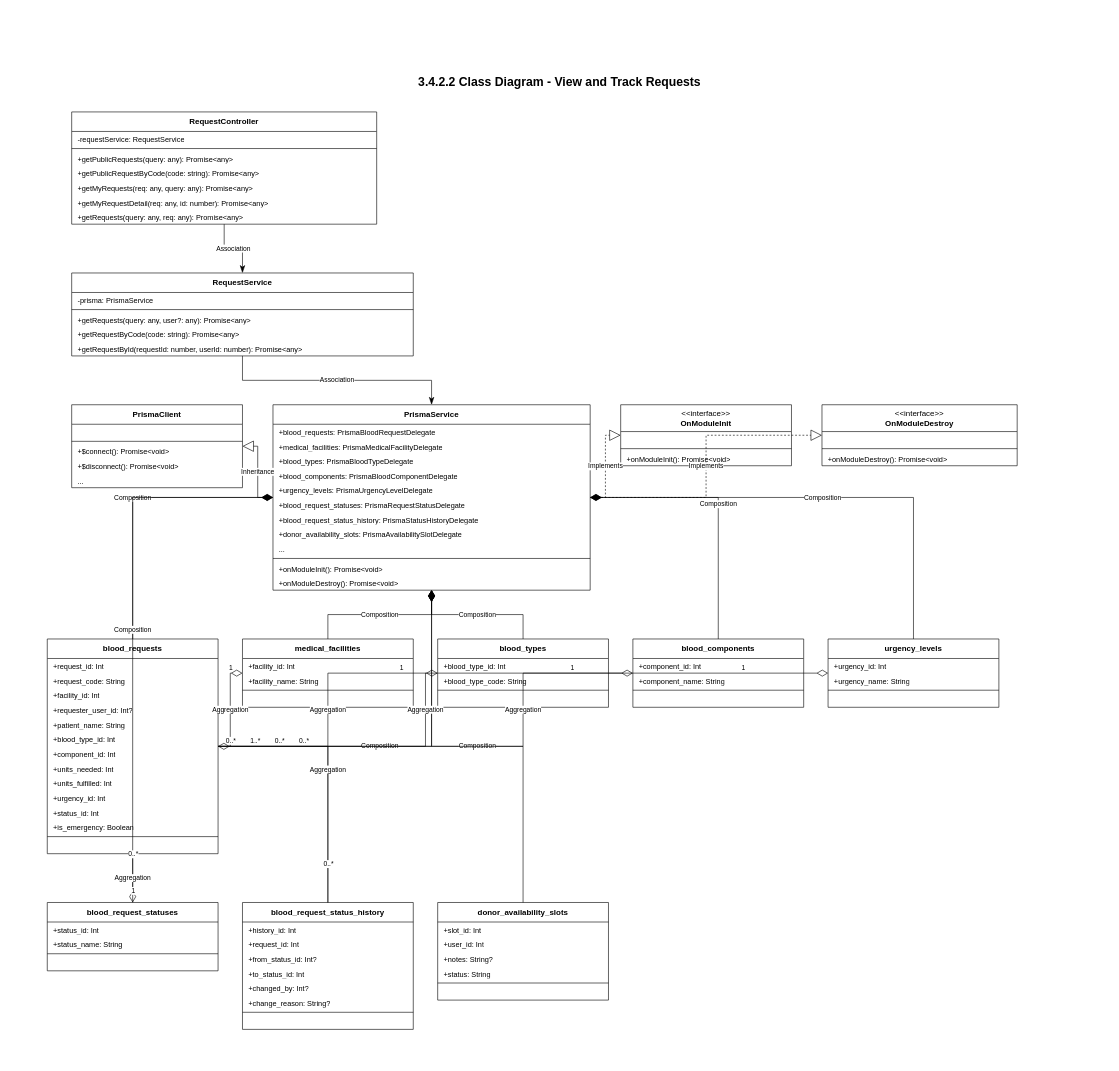
The draw.io diagram page "View & Track Requests" (3 of 8) of request_all_class_diagrams.drawio in CuongBC195/class-diagram-donation-blood, before the edit. Source tidied: cells renumbered, new cells numbered last; positions are measured from the earlier drawing's top-left corner, leaving out a move shared by most shapes. Both pictures are drawn from the tidied source at 61%, with x=0, y=0 at pixel (10, 69).
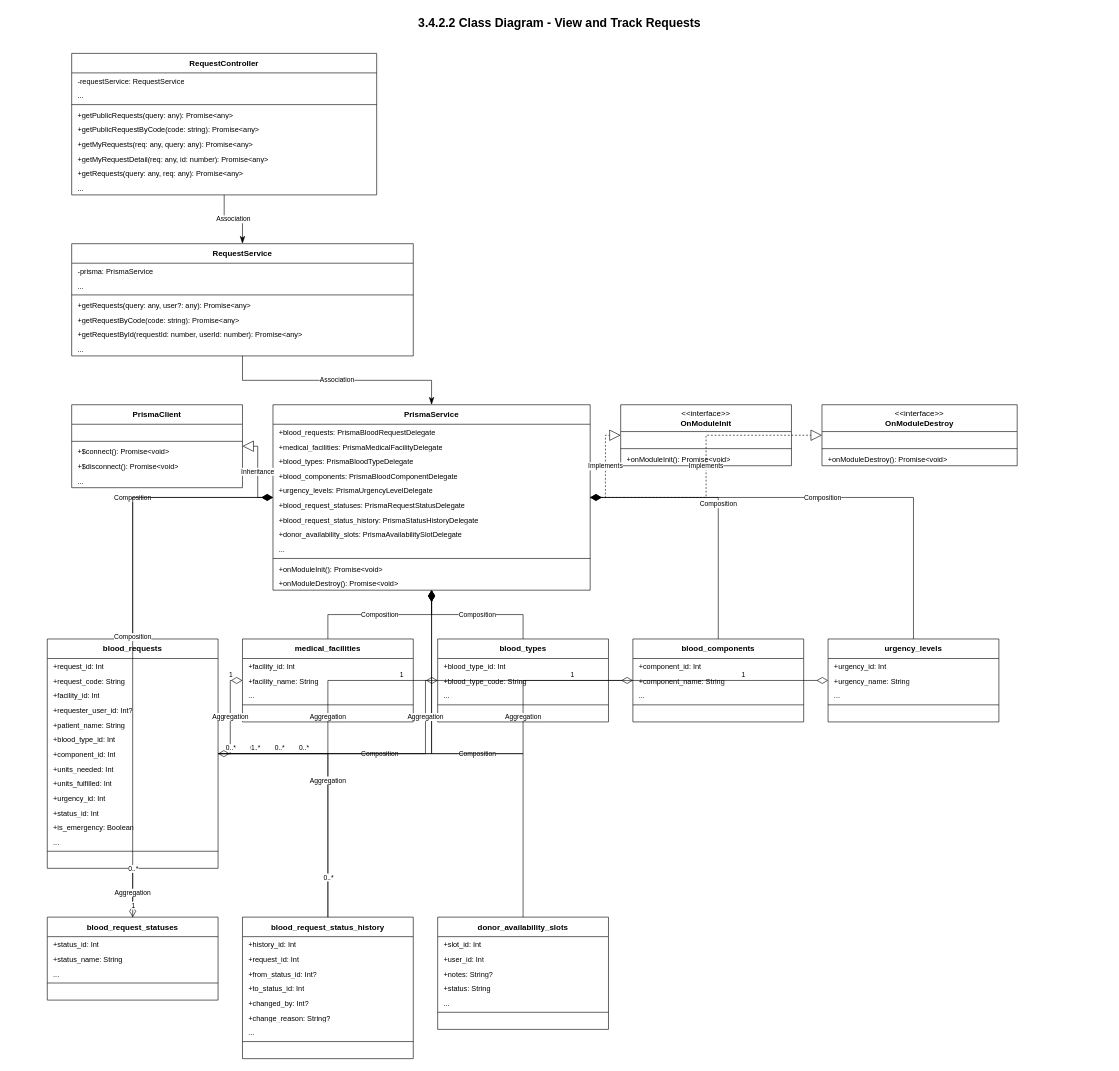
The same diagram, later.

Diff of the diagram source:
```diff
@@
     <mxCell id="2" value="3.4.2.2 Class Diagram - View and Track Requests" style="text;html=1;strokeColor=none;fillColor=none;align=center;verticalAlign=middle;whiteSpace=wrap;rounded=0;fontFamily=Arial;fontSize=20;fontStyle=1;fontColor=#000000;" parent="1" vertex="1">
-      <mxGeometry width="1800" height="40" as="geometry" />
+      <mxGeometry y="-96" width="1800" height="40" as="geometry" />
     </mxCell>
     <mxCell id="3" value="&lt;b&gt;RequestController&lt;/b&gt;" style="swimlane;fontStyle=0;horizontal=1;startSize=32;whiteSpace=wrap;html=1;fillColor=#ffffff;strokeColor=#000000;swimlaneFillColor=#ffffff;fontColor=#000000;fontFamily=Arial;fontSize=13;" parent="1" vertex="1">
-      <mxGeometry x="100" y="70" width="500" height="184" as="geometry" />
+      <mxGeometry x="100" y="-26" width="500" height="232" as="geometry" />
     </mxCell>
@@
+    <mxCell id="131" value="..." style="text;strokeColor=none;fillColor=none;align=left;verticalAlign=top;spacingLeft=8;spacingRight=8;overflow=hidden;whiteSpace=wrap;html=1;fontFamily=Arial;fontSize=12;fontColor=#000000;" parent="3" vertex="1">
+      <mxGeometry y="56" width="500" height="24" as="geometry" />
+    </mxCell>
     <mxCell id="5" style="line;strokeWidth=1;fillColor=none;strokeColor=#000000;align=left;verticalAlign=middle;" parent="3" vertex="1">
-      <mxGeometry y="56" width="500" height="8" as="geometry" />
+      <mxGeometry y="80" width="500" height="8" as="geometry" />
     </mxCell>
     <mxCell id="6" value="+getPublicRequests(query: any): Promise&amp;lt;any&amp;gt;" style="text;strokeColor=none;fillColor=none;align=left;verticalAlign=top;spacingLeft=8;spacingRight=8;overflow=hidden;whiteSpace=wrap;html=1;fontFamily=Arial;fontSize=12;fontColor=#000000;" parent="3" vertex="1">
-      <mxGeometry y="64" width="500" height="24" as="geometry" />
+      <mxGeometry y="88" width="500" height="24" as="geometry" />
     </mxCell>
     <mxCell id="7" value="+getPublicRequestByCode(code: string): Promise&amp;lt;any&amp;gt;" style="text;strokeColor=none;fillColor=none;align=left;verticalAlign=top;spacingLeft=8;spacingRight=8;overflow=hidden;whiteSpace=wrap;html=1;fontFamily=Arial;fontSize=12;fontColor=#000000;" parent="3" vertex="1">
-      <mxGeometry y="88" width="500" height="24" as="geometry" />
+      <mxGeometry y="112" width="500" height="24" as="geometry" />
     </mxCell>
     <mxCell id="8" value="+getMyRequests(req: any, query: any): Promise&amp;lt;any&amp;gt;" style="text;strokeColor=none;fillColor=none;align=left;verticalAlign=top;spacingLeft=8;spacingRight=8;overflow=hidden;whiteSpace=wrap;html=1;fontFamily=Arial;fontSize=12;fontColor=#000000;" parent="3" vertex="1">
-      <mxGeometry y="112" width="500" height="24" as="geometry" />
+      <mxGeometry y="136" width="500" height="24" as="geometry" />
     </mxCell>
     <mxCell id="9" value="+getMyRequestDetail(req: any, id: number): Promise&amp;lt;any&amp;gt;" style="text;strokeColor=none;fillColor=none;align=left;verticalAlign=top;spacingLeft=8;spacingRight=8;overflow=hidden;whiteSpace=wrap;html=1;fontFamily=Arial;fontSize=12;fontColor=#000000;" parent="3" vertex="1">
-      <mxGeometry y="136" width="500" height="24" as="geometry" />
+      <mxGeometry y="160" width="500" height="24" as="geometry" />
     </mxCell>
     <mxCell id="10" value="+getRequests(query: any, req: any): Promise&amp;lt;any&amp;gt;" style="text;strokeColor=none;fillColor=none;align=left;verticalAlign=top;spacingLeft=8;spacingRight=8;overflow=hidden;whiteSpace=wrap;html=1;fontFamily=Arial;fontSize=12;fontColor=#000000;" parent="3" vertex="1">
-      <mxGeometry y="160" width="500" height="24" as="geometry" />
+      <mxGeometry y="184" width="500" height="24" as="geometry" />
     </mxCell>
+    <mxCell id="132" value="..." style="text;strokeColor=none;fillColor=none;align=left;verticalAlign=top;spacingLeft=8;spacingRight=8;overflow=hidden;whiteSpace=wrap;html=1;fontFamily=Arial;fontSize=12;fontColor=#000000;" parent="3" vertex="1">
+      <mxGeometry y="208" width="500" height="24" as="geometry" />
+    </mxCell>
     <mxCell id="11" value="&lt;b&gt;RequestService&lt;/b&gt;" style="swimlane;fontStyle=0;horizontal=1;startSize=32;whiteSpace=wrap;html=1;fillColor=#ffffff;strokeColor=#000000;swimlaneFillColor=#ffffff;fontColor=#000000;fontFamily=Arial;fontSize=13;" parent="1" vertex="1">
-      <mxGeometry x="100" y="334" width="560" height="136" as="geometry" />
+      <mxGeometry x="100" y="286" width="560" height="184" as="geometry" />
     </mxCell>
@@
+    <mxCell id="133" value="..." style="text;strokeColor=none;fillColor=none;align=left;verticalAlign=top;spacingLeft=8;spacingRight=8;overflow=hidden;whiteSpace=wrap;html=1;fontFamily=Arial;fontSize=12;fontColor=#000000;" parent="11" vertex="1">
+      <mxGeometry y="56" width="560" height="24" as="geometry" />
+    </mxCell>
     <mxCell id="13" style="line;strokeWidth=1;fillColor=none;strokeColor=#000000;align=left;verticalAlign=middle;" parent="11" vertex="1">
-      <mxGeometry y="56" width="560" height="8" as="geometry" />
+      <mxGeometry y="80" width="560" height="8" as="geometry" />
     </mxCell>
     <mxCell id="14" value="+getRequests(query: any, user?: any): Promise&amp;lt;any&amp;gt;" style="text;strokeColor=none;fillColor=none;align=left;verticalAlign=top;spacingLeft=8;spacingRight=8;overflow=hidden;whiteSpace=wrap;html=1;fontFamily=Arial;fontSize=12;fontColor=#000000;" parent="11" vertex="1">
-      <mxGeometry y="64" width="560" height="24" as="geometry" />
+      <mxGeometry y="88" width="560" height="24" as="geometry" />
     </mxCell>
     <mxCell id="15" value="+getRequestByCode(code: string): Promise&amp;lt;any&amp;gt;" style="text;strokeColor=none;fillColor=none;align=left;verticalAlign=top;spacingLeft=8;spacingRight=8;overflow=hidden;whiteSpace=wrap;html=1;fontFamily=Arial;fontSize=12;fontColor=#000000;" parent="11" vertex="1">
-      <mxGeometry y="88" width="560" height="24" as="geometry" />
+      <mxGeometry y="112" width="560" height="24" as="geometry" />
     </mxCell>
     <mxCell id="16" value="+getRequestById(requestId: number, userId: number): Promise&amp;lt;any&amp;gt;" style="text;strokeColor=none;fillColor=none;align=left;verticalAlign=top;spacingLeft=8;spacingRight=8;overflow=hidden;whiteSpace=wrap;html=1;fontFamily=Arial;fontSize=12;fontColor=#000000;" parent="11" vertex="1">
-      <mxGeometry y="112" width="560" height="24" as="geometry" />
+      <mxGeometry y="136" width="560" height="24" as="geometry" />
     </mxCell>
+    <mxCell id="134" value="..." style="text;strokeColor=none;fillColor=none;align=left;verticalAlign=top;spacingLeft=8;spacingRight=8;overflow=hidden;whiteSpace=wrap;html=1;fontFamily=Arial;fontSize=12;fontColor=#000000;" parent="11" vertex="1">
+      <mxGeometry y="160" width="560" height="24" as="geometry" />
+    </mxCell>
@@
     <mxCell id="44" value="&lt;b&gt;blood_requests&lt;/b&gt;" style="swimlane;fontStyle=0;horizontal=1;startSize=32;whiteSpace=wrap;html=1;fillColor=#ffffff;strokeColor=#000000;swimlaneFillColor=#ffffff;fontColor=#000000;fontFamily=Arial;fontSize=13;" parent="1" vertex="1">
-      <mxGeometry x="60" y="934" width="280" height="352" as="geometry" />
+      <mxGeometry x="60" y="934" width="280" height="376" as="geometry" />
     </mxCell>
@@
+    <mxCell id="135" value="..." style="text;strokeColor=none;fillColor=none;align=left;verticalAlign=top;spacingLeft=8;spacingRight=8;overflow=hidden;whiteSpace=wrap;html=1;fontFamily=Arial;fontSize=12;fontColor=#000000;" parent="44" vertex="1">
+      <mxGeometry y="320" width="280" height="24" as="geometry" />
+    </mxCell>
     <mxCell id="57" style="line;strokeWidth=1;fillColor=none;strokeColor=#000000;align=left;verticalAlign=middle;" parent="44" vertex="1">
-      <mxGeometry y="320" width="280" height="8" as="geometry" />
+      <mxGeometry y="344" width="280" height="8" as="geometry" />
     </mxCell>
     <mxCell id="58" value=" " style="text;strokeColor=none;fillColor=none;align=left;verticalAlign=top;spacingLeft=8;spacingRight=8;overflow=hidden;whiteSpace=wrap;html=1;fontFamily=Arial;fontSize=12;fontColor=#000000;" parent="44" vertex="1">
-      <mxGeometry y="328" width="280" height="24" as="geometry" />
+      <mxGeometry y="352" width="280" height="24" as="geometry" />
     </mxCell>
     <mxCell id="59" value="&lt;b&gt;medical_facilities&lt;/b&gt;" style="swimlane;fontStyle=0;horizontal=1;startSize=32;whiteSpace=wrap;html=1;fillColor=#ffffff;strokeColor=#000000;swimlaneFillColor=#ffffff;fontColor=#000000;fontFamily=Arial;fontSize=13;" parent="1" vertex="1">
-      <mxGeometry x="380" y="934" width="280" height="112" as="geometry" />
+      <mxGeometry x="380" y="934" width="280" height="136" as="geometry" />
     </mxCell>
@@
+    <mxCell id="136" value="..." style="text;strokeColor=none;fillColor=none;align=left;verticalAlign=top;spacingLeft=8;spacingRight=8;overflow=hidden;whiteSpace=wrap;html=1;fontFamily=Arial;fontSize=12;fontColor=#000000;" parent="59" vertex="1">
+      <mxGeometry y="80" width="280" height="24" as="geometry" />
+    </mxCell>
     <mxCell id="62" style="line;strokeWidth=1;fillColor=none;strokeColor=#000000;align=left;verticalAlign=middle;" parent="59" vertex="1">
-      <mxGeometry y="80" width="280" height="8" as="geometry" />
+      <mxGeometry y="104" width="280" height="8" as="geometry" />
     </mxCell>
     <mxCell id="63" value=" " style="text;strokeColor=none;fillColor=none;align=left;verticalAlign=top;spacingLeft=8;spacingRight=8;overflow=hidden;whiteSpace=wrap;html=1;fontFamily=Arial;fontSize=12;fontColor=#000000;" parent="59" vertex="1">
-      <mxGeometry y="88" width="280" height="24" as="geometry" />
+      <mxGeometry y="112" width="280" height="24" as="geometry" />
     </mxCell>
     <mxCell id="64" value="&lt;b&gt;blood_types&lt;/b&gt;" style="swimlane;fontStyle=0;horizontal=1;startSize=32;whiteSpace=wrap;html=1;fillColor=#ffffff;strokeColor=#000000;swimlaneFillColor=#ffffff;fontColor=#000000;fontFamily=Arial;fontSize=13;" parent="1" vertex="1">
-      <mxGeometry x="700" y="934" width="280" height="112" as="geometry" />
+      <mxGeometry x="700" y="934" width="280" height="136" as="geometry" />
     </mxCell>
@@
+    <mxCell id="137" value="..." style="text;strokeColor=none;fillColor=none;align=left;verticalAlign=top;spacingLeft=8;spacingRight=8;overflow=hidden;whiteSpace=wrap;html=1;fontFamily=Arial;fontSize=12;fontColor=#000000;" parent="64" vertex="1">
+      <mxGeometry y="80" width="280" height="24" as="geometry" />
+    </mxCell>
     <mxCell id="67" style="line;strokeWidth=1;fillColor=none;strokeColor=#000000;align=left;verticalAlign=middle;" parent="64" vertex="1">
-      <mxGeometry y="80" width="280" height="8" as="geometry" />
+      <mxGeometry y="104" width="280" height="8" as="geometry" />
     </mxCell>
     <mxCell id="68" value=" " style="text;strokeColor=none;fillColor=none;align=left;verticalAlign=top;spacingLeft=8;spacingRight=8;overflow=hidden;whiteSpace=wrap;html=1;fontFamily=Arial;fontSize=12;fontColor=#000000;" parent="64" vertex="1">
-      <mxGeometry y="88" width="280" height="24" as="geometry" />
+      <mxGeometry y="112" width="280" height="24" as="geometry" />
     </mxCell>
     <mxCell id="69" value="&lt;b&gt;blood_components&lt;/b&gt;" style="swimlane;fontStyle=0;horizontal=1;startSize=32;whiteSpace=wrap;html=1;fillColor=#ffffff;strokeColor=#000000;swimlaneFillColor=#ffffff;fontColor=#000000;fontFamily=Arial;fontSize=13;" parent="1" vertex="1">
-      <mxGeometry x="1020" y="934" width="280" height="112" as="geometry" />
+      <mxGeometry x="1020" y="934" width="280" height="136" as="geometry" />
     </mxCell>
@@
+    <mxCell id="138" value="..." style="text;strokeColor=none;fillColor=none;align=left;verticalAlign=top;spacingLeft=8;spacingRight=8;overflow=hidden;whiteSpace=wrap;html=1;fontFamily=Arial;fontSize=12;fontColor=#000000;" parent="69" vertex="1">
+      <mxGeometry y="80" width="280" height="24" as="geometry" />
+    </mxCell>
     <mxCell id="72" style="line;strokeWidth=1;fillColor=none;strokeColor=#000000;align=left;verticalAlign=middle;" parent="69" vertex="1">
-      <mxGeometry y="80" width="280" height="8" as="geometry" />
+      <mxGeometry y="104" width="280" height="8" as="geometry" />
     </mxCell>
     <mxCell id="73" value=" " style="text;strokeColor=none;fillColor=none;align=left;verticalAlign=top;spacingLeft=8;spacingRight=8;overflow=hidden;whiteSpace=wrap;html=1;fontFamily=Arial;fontSize=12;fontColor=#000000;" parent="69" vertex="1">
-      <mxGeometry y="88" width="280" height="24" as="geometry" />
+      <mxGeometry y="112" width="280" height="24" as="geometry" />
     </mxCell>
     <mxCell id="74" value="&lt;b&gt;urgency_levels&lt;/b&gt;" style="swimlane;fontStyle=0;horizontal=1;startSize=32;whiteSpace=wrap;html=1;fillColor=#ffffff;strokeColor=#000000;swimlaneFillColor=#ffffff;fontColor=#000000;fontFamily=Arial;fontSize=13;" parent="1" vertex="1">
-      <mxGeometry x="1340" y="934" width="280" height="112" as="geometry" />
+      <mxGeometry x="1340" y="934" width="280" height="136" as="geometry" />
     </mxCell>
@@
+    <mxCell id="139" value="..." style="text;strokeColor=none;fillColor=none;align=left;verticalAlign=top;spacingLeft=8;spacingRight=8;overflow=hidden;whiteSpace=wrap;html=1;fontFamily=Arial;fontSize=12;fontColor=#000000;" parent="74" vertex="1">
+      <mxGeometry y="80" width="280" height="24" as="geometry" />
+    </mxCell>
     <mxCell id="77" style="line;strokeWidth=1;fillColor=none;strokeColor=#000000;align=left;verticalAlign=middle;" parent="74" vertex="1">
-      <mxGeometry y="80" width="280" height="8" as="geometry" />
+      <mxGeometry y="104" width="280" height="8" as="geometry" />
     </mxCell>
     <mxCell id="78" value=" " style="text;strokeColor=none;fillColor=none;align=left;verticalAlign=top;spacingLeft=8;spacingRight=8;overflow=hidden;whiteSpace=wrap;html=1;fontFamily=Arial;fontSize=12;fontColor=#000000;" parent="74" vertex="1">
-      <mxGeometry y="88" width="280" height="24" as="geometry" />
+      <mxGeometry y="112" width="280" height="24" as="geometry" />
     </mxCell>
     <mxCell id="79" value="&lt;b&gt;blood_request_statuses&lt;/b&gt;" style="swimlane;fontStyle=0;horizontal=1;startSize=32;whiteSpace=wrap;html=1;fillColor=#ffffff;strokeColor=#000000;swimlaneFillColor=#ffffff;fontColor=#000000;fontFamily=Arial;fontSize=13;" parent="1" vertex="1">
-      <mxGeometry x="60" y="1366" width="280" height="112" as="geometry" />
+      <mxGeometry x="60" y="1390" width="280" height="136" as="geometry" />
     </mxCell>
@@
+    <mxCell id="140" value="..." style="text;strokeColor=none;fillColor=none;align=left;verticalAlign=top;spacingLeft=8;spacingRight=8;overflow=hidden;whiteSpace=wrap;html=1;fontFamily=Arial;fontSize=12;fontColor=#000000;" parent="79" vertex="1">
+      <mxGeometry y="80" width="280" height="24" as="geometry" />
+    </mxCell>
     <mxCell id="82" style="line;strokeWidth=1;fillColor=none;strokeColor=#000000;align=left;verticalAlign=middle;" parent="79" vertex="1">
-      <mxGeometry y="80" width="280" height="8" as="geometry" />
+      <mxGeometry y="104" width="280" height="8" as="geometry" />
     </mxCell>
     <mxCell id="83" value=" " style="text;strokeColor=none;fillColor=none;align=left;verticalAlign=top;spacingLeft=8;spacingRight=8;overflow=hidden;whiteSpace=wrap;html=1;fontFamily=Arial;fontSize=12;fontColor=#000000;" parent="79" vertex="1">
-      <mxGeometry y="88" width="280" height="24" as="geometry" />
+      <mxGeometry y="112" width="280" height="24" as="geometry" />
     </mxCell>
     <mxCell id="84" value="&lt;b&gt;blood_request_status_history&lt;/b&gt;" style="swimlane;fontStyle=0;horizontal=1;startSize=32;whiteSpace=wrap;html=1;fillColor=#ffffff;strokeColor=#000000;swimlaneFillColor=#ffffff;fontColor=#000000;fontFamily=Arial;fontSize=13;" parent="1" vertex="1">
-      <mxGeometry x="380" y="1366" width="280" height="208" as="geometry" />
+      <mxGeometry x="380" y="1390" width="280" height="232" as="geometry" />
     </mxCell>
@@
+    <mxCell id="141" value="..." style="text;strokeColor=none;fillColor=none;align=left;verticalAlign=top;spacingLeft=8;spacingRight=8;overflow=hidden;whiteSpace=wrap;html=1;fontFamily=Arial;fontSize=12;fontColor=#000000;" parent="84" vertex="1">
+      <mxGeometry y="176" width="280" height="24" as="geometry" />
+    </mxCell>
     <mxCell id="91" style="line;strokeWidth=1;fillColor=none;strokeColor=#000000;align=left;verticalAlign=middle;" parent="84" vertex="1">
-      <mxGeometry y="176" width="280" height="8" as="geometry" />
+      <mxGeometry y="200" width="280" height="8" as="geometry" />
     </mxCell>
     <mxCell id="92" value=" " style="text;strokeColor=none;fillColor=none;align=left;verticalAlign=top;spacingLeft=8;spacingRight=8;overflow=hidden;whiteSpace=wrap;html=1;fontFamily=Arial;fontSize=12;fontColor=#000000;" parent="84" vertex="1">
-      <mxGeometry y="184" width="280" height="24" as="geometry" />
+      <mxGeometry y="208" width="280" height="24" as="geometry" />
     </mxCell>
     <mxCell id="93" value="&lt;b&gt;donor_availability_slots&lt;/b&gt;" style="swimlane;fontStyle=0;horizontal=1;startSize=32;whiteSpace=wrap;html=1;fillColor=#ffffff;strokeColor=#000000;swimlaneFillColor=#ffffff;fontColor=#000000;fontFamily=Arial;fontSize=13;" parent="1" vertex="1">
-      <mxGeometry x="700" y="1366" width="280" height="160" as="geometry" />
+      <mxGeometry x="700" y="1390" width="280" height="184" as="geometry" />
     </mxCell>
@@
+    <mxCell id="142" value="..." style="text;strokeColor=none;fillColor=none;align=left;verticalAlign=top;spacingLeft=8;spacingRight=8;overflow=hidden;whiteSpace=wrap;html=1;fontFamily=Arial;fontSize=12;fontColor=#000000;" parent="93" vertex="1">
+      <mxGeometry y="128" width="280" height="24" as="geometry" />
+    </mxCell>
     <mxCell id="98" style="line;strokeWidth=1;fillColor=none;strokeColor=#000000;align=left;verticalAlign=middle;" parent="93" vertex="1">
-      <mxGeometry y="128" width="280" height="8" as="geometry" />
+      <mxGeometry y="152" width="280" height="8" as="geometry" />
     </mxCell>
     <mxCell id="99" value=" " style="text;strokeColor=none;fillColor=none;align=left;verticalAlign=top;spacingLeft=8;spacingRight=8;overflow=hidden;whiteSpace=wrap;html=1;fontFamily=Arial;fontSize=12;fontColor=#000000;" parent="93" vertex="1">
-      <mxGeometry y="136" width="280" height="24" as="geometry" />
+      <mxGeometry y="160" width="280" height="24" as="geometry" />
     </mxCell>
```
